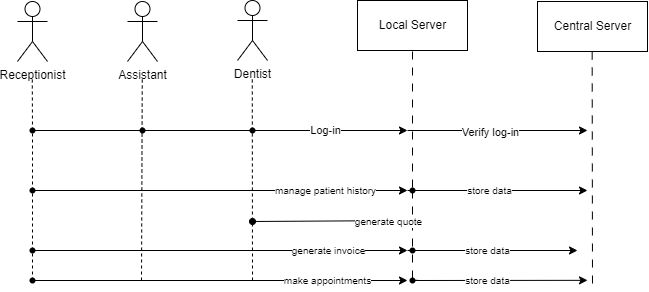
DanielColado/softwareEngineering keeps this draw.io diagram as doc/diagrams/useCase3/UC3_GeneralUseCase_SequenceDiagram.png. Above is the earlier version. Source tidied: cells renumbered, new cells last; positions are measured from the earlier drawing's top-left corner, leaving out a move shared by most shapes.
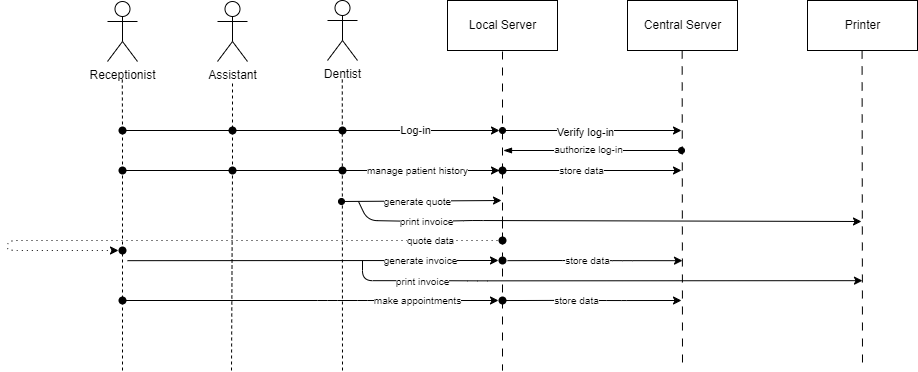
After the commit.

The edit, as a diff of the source:
```diff
@@ -5,34 +5,35 @@
     <mxCell id="2" value="Dentist" style="shape=umlActor;verticalLabelPosition=bottom;verticalAlign=top;html=1;" parent="1" vertex="1">
       <mxGeometry x="220" width="30" height="60" as="geometry" />
     </mxCell>
-    <mxCell id="3" style="edgeStyle=none;html=1;exitDx=0;exitDy=0;endArrow=none;endFill=0;dashed=1;dashPattern=8 8;startArrow=none;" parent="1" edge="1" source="42" target="37">
-      <mxGeometry relative="1" as="geometry" />
+    <mxCell id="3" style="edgeStyle=none;html=1;exitDx=0;exitDy=0;endArrow=none;endFill=0;dashed=1;dashPattern=8 8;startArrow=none;" parent="1" edge="1" source="62">
+      <mxGeometry relative="1" as="geometry">
+        <mxPoint x="395" y="370" as="targetPoint" />
+      </mxGeometry>
     </mxCell>
     <mxCell id="4" value="Central Server" style="html=1;" parent="1" vertex="1">
-      <mxGeometry x="520" y="1" width="110" height="50" as="geometry" />
+      <mxGeometry x="520" width="110" height="50" as="geometry" />
     </mxCell>
     <mxCell id="5" value="Local Server" style="html=1;" parent="1" vertex="1">
       <mxGeometry x="340" width="110" height="50" as="geometry" />
     </mxCell>
     <mxCell id="6" style="edgeStyle=none;html=1;exitX=0.5;exitY=1;exitDx=0;exitDy=0;endArrow=none;endFill=0;dashed=1;dashPattern=8 8;" parent="1" edge="1">
       <mxGeometry relative="1" as="geometry">
-        <mxPoint x="574.7" y="51" as="sourcePoint" />
-        <mxPoint x="575" y="290" as="targetPoint" />
+        <mxPoint x="574.7" y="50" as="sourcePoint" />
+        <mxPoint x="575" y="369" as="targetPoint" />
       </mxGeometry>
     </mxCell>
     <mxCell id="7" style="endArrow=none;dashed=1;html=1;startArrow=none;" parent="1" edge="1">
       <mxGeometry relative="1" as="geometry">
-        <mxPoint x="235" y="280" as="sourcePoint" />
+        <mxPoint x="235" y="370" as="sourcePoint" />
         <mxPoint x="234.8" y="78" as="targetPoint" />
       </mxGeometry>
     </mxCell>
     <mxCell id="8" value="Assistant" style="shape=umlActor;verticalLabelPosition=bottom;verticalAlign=top;html=1;" parent="1" vertex="1">
       <mxGeometry x="110" y="1" width="30" height="60" as="geometry" />
     </mxCell>
-    <mxCell id="9" style="endArrow=none;dashed=1;html=1;" parent="1" edge="1">
+    <mxCell id="9" style="endArrow=none;dashed=1;html=1;startArrow=none;" parent="1" edge="1" source="52">
       <mxGeometry relative="1" as="geometry">
-        <mxPoint x="124" y="280" as="sourcePoint" />
-        <mxPoint x="124.8" y="77" as="targetPoint" />
+        <mxPoint x="125" y="80" as="targetPoint" />
       </mxGeometry>
     </mxCell>
     <mxCell id="10" value="Receptionist" style="shape=umlActor;verticalLabelPosition=bottom;verticalAlign=top;html=1;" parent="1" vertex="1">
@@ -45,13 +46,13 @@
     </mxCell>
     <mxCell id="12" style="endArrow=classic;html=1;startArrow=none;" parent="1" edge="1" source="22">
       <mxGeometry relative="1" as="geometry">
-        <mxPoint x="390" y="130" as="targetPoint" />
+        <mxPoint x="392" y="130" as="targetPoint" />
       </mxGeometry>
     </mxCell>
-    <mxCell id="13" style="endArrow=classic;html=1;" parent="1" edge="1">
+    <mxCell id="13" style="endArrow=classic;html=1;startArrow=oval;startFill=1;" parent="1" edge="1">
       <mxGeometry relative="1" as="geometry">
-        <mxPoint x="390" y="130" as="sourcePoint" />
-        <mxPoint x="570" y="130" as="targetPoint" />
+        <mxPoint x="395" y="130" as="sourcePoint" />
+        <mxPoint x="574" y="130" as="targetPoint" />
       </mxGeometry>
     </mxCell>
     <mxCell id="14" value="Verify log-in" style="edgeLabel;html=1;align=center;verticalAlign=middle;" parent="13" vertex="1">
@@ -59,20 +60,18 @@
         <mxPoint x="21" as="offset" />
       </mxGeometry>
     </mxCell>
-    <mxCell id="15" style="endArrow=classic;html=1;" parent="1" edge="1" source="24">
+    <mxCell id="15" style="endArrow=classic;html=1;startArrow=none;" parent="1" edge="1" source="54">
       <mxGeometry relative="1" as="geometry">
-        <mxPoint x="390" y="190" as="targetPoint" />
+        <mxPoint x="392" y="170" as="targetPoint" />
+        <Array as="points">
+          <mxPoint x="195" y="170" />
+        </Array>
       </mxGeometry>
     </mxCell>
-    <mxCell id="16" value="&lt;font style=&quot;font-size: 10px;&quot;&gt;manage patient history&lt;/font&gt;" style="edgeLabel;html=1;align=center;verticalAlign=middle;" parent="15" vertex="1">
-      <mxGeometry x="-0.23" relative="1" as="geometry">
-        <mxPoint x="148" as="offset" />
-      </mxGeometry>
-    </mxCell>
     <mxCell id="17" style="endArrow=classic;html=1;" parent="1" edge="1">
       <mxGeometry relative="1" as="geometry">
-        <mxPoint x="390" y="190" as="sourcePoint" />
-        <mxPoint x="570" y="190" as="targetPoint" />
+        <mxPoint x="390" y="170" as="sourcePoint" />
+        <mxPoint x="574" y="170" as="targetPoint" />
       </mxGeometry>
     </mxCell>
     <mxCell id="18" value="&lt;font style=&quot;font-size: 10px;&quot;&gt;store data&lt;/font&gt;" style="edgeLabel;html=1;align=center;verticalAlign=middle;" parent="17" vertex="1">
@@ -95,19 +94,16 @@
         <mxPoint x="15" y="130" as="sourcePoint" />
       </mxGeometry>
     </mxCell>
-    <mxCell id="22" style="shape=waypoint;sketch=0;size=6;points=[];fillColor=none;perimeter=centerPerimeter;snapToPoint=1;fontSize=10;" parent="1" vertex="1">
+    <mxCell id="22" style="shape=waypoint;sketch=0;size=6;points=[];fillColor=none;perimeter=centerPerimeter;snapToPoint=1;fontSize=10;strokeWidth=2;" parent="1" vertex="1">
       <mxGeometry x="115" y="120" width="20" height="20" as="geometry" />
     </mxCell>
-    <mxCell id="23" style="shape=waypoint;sketch=0;size=6;fillColor=none;perimeter=centerPerimeter;fontSize=10;" parent="1" vertex="1">
+    <mxCell id="23" style="shape=waypoint;sketch=0;size=6;fillColor=none;perimeter=centerPerimeter;fontSize=10;strokeWidth=2;" parent="1" vertex="1">
       <mxGeometry x="225" y="120" width="20" height="20" as="geometry" />
     </mxCell>
-    <mxCell id="24" style="shape=waypoint;sketch=0;size=6;points=[];fillColor=none;perimeter=centerPerimeter;snapToPoint=1;fontSize=10;" parent="1" vertex="1">
-      <mxGeometry x="5" y="180" width="20" height="20" as="geometry" />
-    </mxCell>
     <mxCell id="25" style="endArrow=classic;html=1;startArrow=none;" parent="1" edge="1">
       <mxGeometry relative="1" as="geometry">
-        <mxPoint x="15" y="250" as="sourcePoint" />
-        <mxPoint x="390" y="250" as="targetPoint" />
+        <mxPoint x="20" y="260.2" as="sourcePoint" />
+        <mxPoint x="391" y="260" as="targetPoint" />
       </mxGeometry>
     </mxCell>
     <mxCell id="26" value="generate invoice" style="edgeLabel;html=1;align=center;verticalAlign=middle;fontSize=10;" parent="25" vertex="1">
@@ -115,14 +111,28 @@
         <mxPoint x="21" as="offset" />
       </mxGeometry>
     </mxCell>
-    <mxCell id="27" style="endArrow=classic;html=1;startArrow=none;" parent="1" edge="1" source="40">
+    <mxCell id="27" style="endArrow=classic;html=1;startArrow=none;" parent="1" edge="1">
       <mxGeometry relative="1" as="geometry">
-        <mxPoint x="560" y="250" as="targetPoint" />
+        <mxPoint x="400" y="260.2" as="sourcePoint" />
+        <mxPoint x="575" y="260.2" as="targetPoint" />
+        <Array as="points">
+          <mxPoint x="465" y="260" />
+          <mxPoint x="515" y="260.2" />
+        </Array>
       </mxGeometry>
     </mxCell>
+    <mxCell id="47" value="store data" style="edgeLabel;html=1;align=center;verticalAlign=middle;fontSize=10;" parent="27" vertex="1">
+      <mxGeometry x="-0.39" y="-1" relative="1" as="geometry">
+        <mxPoint x="27" y="-1" as="offset" />
+      </mxGeometry>
+    </mxCell>
     <mxCell id="28" style="endArrow=classic;html=1;" parent="1" edge="1" source="31">
       <mxGeometry relative="1" as="geometry">
-        <mxPoint x="390" y="280" as="targetPoint" />
+        <mxPoint x="391" y="300" as="targetPoint" />
+        <Array as="points">
+          <mxPoint x="220" y="300" />
+          <mxPoint x="260" y="300" />
+        </Array>
       </mxGeometry>
     </mxCell>
     <mxCell id="29" value="make appointments" style="edgeLabel;html=1;align=center;verticalAlign=middle;fontSize=10;" parent="28" vertex="1">
@@ -134,69 +144,197 @@
       <mxGeometry relative="1" as="geometry" />
     </mxCell>
     <mxCell id="31" style="shape=waypoint;sketch=0;size=6;points=[];fillColor=none;perimeter=centerPerimeter;snapToPoint=1;fontSize=10;" parent="1" vertex="1">
-      <mxGeometry x="5" y="270" width="20" height="20" as="geometry" />
+      <mxGeometry x="5" y="290" width="20" height="20" as="geometry" />
     </mxCell>
-    <mxCell id="32" style="endArrow=none;dashed=1;html=1;startArrow=none;" parent="1" edge="1" source="31" target="33">
-      <mxGeometry relative="1" as="geometry" />
+    <mxCell id="32" style="endArrow=none;dashed=1;html=1;startArrow=none;" parent="1" edge="1" target="33">
+      <mxGeometry relative="1" as="geometry">
+        <mxPoint x="15" y="370" as="sourcePoint" />
+      </mxGeometry>
     </mxCell>
     <mxCell id="33" style="shape=waypoint;sketch=0;size=6;points=[];fillColor=none;perimeter=centerPerimeter;snapToPoint=1;fontSize=10;" parent="1" vertex="1">
       <mxGeometry x="5" y="240" width="20" height="20" as="geometry" />
     </mxCell>
-    <mxCell id="34" style="endArrow=classic;html=1;startArrow=none;" parent="1" edge="1" source="37">
-      <mxGeometry relative="1" as="geometry">
-        <mxPoint x="570" y="279.8" as="targetPoint" />
-      </mxGeometry>
-    </mxCell>
-    <mxCell id="35" style="endArrow=none;html=1;" parent="1" edge="1" target="37">
-      <mxGeometry relative="1" as="geometry">
-        <mxPoint x="400" y="279.8" as="sourcePoint" />
-      </mxGeometry>
-    </mxCell>
-    <mxCell id="36" value="&lt;font style=&quot;font-size: 10px;&quot;&gt;store data&lt;/font&gt;" style="edgeLabel;html=1;align=center;verticalAlign=middle;" parent="35" vertex="1">
-      <mxGeometry x="-0.23" relative="1" as="geometry">
-        <mxPoint x="72" as="offset" />
-      </mxGeometry>
-    </mxCell>
-    <mxCell id="37" style="shape=waypoint;sketch=0;size=6;points=[];fillColor=none;perimeter=centerPerimeter;snapToPoint=1;fontSize=10;" parent="1" vertex="1">
-      <mxGeometry x="385" y="270" width="20" height="20" as="geometry" />
-    </mxCell>
-    <mxCell id="38" style="endArrow=none;html=1;" parent="1" edge="1" target="40">
-      <mxGeometry relative="1" as="geometry">
-        <mxPoint x="390" y="250" as="sourcePoint" />
-      </mxGeometry>
-    </mxCell>
-    <mxCell id="39" value="&lt;font style=&quot;font-size: 10px;&quot;&gt;store data&lt;/font&gt;" style="edgeLabel;html=1;align=center;verticalAlign=middle;" parent="38" vertex="1">
-      <mxGeometry x="-0.23" relative="1" as="geometry">
-        <mxPoint x="78" as="offset" />
-      </mxGeometry>
-    </mxCell>
-    <mxCell id="40" style="shape=waypoint;sketch=0;size=6;points=[];fillColor=none;perimeter=centerPerimeter;snapToPoint=1;fontSize=10;" parent="1" vertex="1">
-      <mxGeometry x="385" y="240" width="20" height="20" as="geometry" />
+    <mxCell id="40" style="shape=waypoint;sketch=0;size=6;points=[];fillColor=none;perimeter=centerPerimeter;snapToPoint=1;fontSize=10;strokeWidth=2;" parent="1" vertex="1">
+      <mxGeometry x="385" y="250" width="20" height="20" as="geometry" />
     </mxCell>
     <mxCell id="41" style="edgeStyle=none;html=1;exitX=0.5;exitY=1;exitDx=0;exitDy=0;endArrow=none;endFill=0;dashed=1;dashPattern=8 8;" parent="1" edge="1" target="42">
       <mxGeometry relative="1" as="geometry">
         <mxPoint x="395" y="51" as="sourcePoint" />
       </mxGeometry>
     </mxCell>
-    <mxCell id="42" style="shape=waypoint;sketch=0;size=6;points=[];fillColor=none;perimeter=centerPerimeter;snapToPoint=1;fontSize=10;" parent="1" vertex="1">
-      <mxGeometry x="385" y="180" width="20" height="20" as="geometry" />
+    <mxCell id="42" style="shape=waypoint;sketch=0;size=6;points=[];fillColor=none;perimeter=centerPerimeter;snapToPoint=1;fontSize=10;strokeWidth=2;" parent="1" vertex="1">
+      <mxGeometry x="385" y="160" width="20" height="20" as="geometry" />
     </mxCell>
     <mxCell id="43" style="edgeStyle=none;orthogonalLoop=1;jettySize=auto;html=1;fontSize=10;startArrow=oval;startFill=1;" parent="1" edge="1">
       <mxGeometry relative="1" as="geometry">
-        <mxPoint x="235" y="221" as="sourcePoint" />
-        <mxPoint x="395" y="220" as="targetPoint" />
+        <mxPoint x="234" y="201" as="sourcePoint" />
+        <mxPoint x="394" y="200" as="targetPoint" />
       </mxGeometry>
     </mxCell>
     <mxCell id="44" value="generate quote" style="edgeLabel;html=1;align=center;verticalAlign=middle;fontSize=10;" parent="43" vertex="1">
       <mxGeometry x="0.44" y="1" relative="1" as="geometry">
-        <mxPoint x="21" y="1" as="offset" />
+        <mxPoint x="-40" y="1" as="offset" />
       </mxGeometry>
     </mxCell>
-    <mxCell id="45" style="endArrow=none;dashed=1;html=1;startArrow=none;" parent="1" edge="1" source="33" target="46">
+    <mxCell id="45" style="endArrow=none;dashed=1;html=1;startArrow=none;" parent="1" edge="1" source="50" target="46">
       <mxGeometry relative="1" as="geometry" />
     </mxCell>
     <mxCell id="46" style="shape=waypoint;sketch=0;size=6;points=[];fillColor=none;perimeter=centerPerimeter;snapToPoint=1;fontSize=10;" parent="1" vertex="1">
       <mxGeometry x="5" y="120" width="20" height="20" as="geometry" />
     </mxCell>
+    <mxCell id="48" style="edgeStyle=none;html=1;exitDx=0;exitDy=0;endArrow=none;endFill=0;dashed=1;dashPattern=8 8;startArrow=none;" parent="1" edge="1" source="75">
+      <mxGeometry relative="1" as="geometry">
+        <mxPoint x="395" y="220" as="targetPoint" />
+        <Array as="points">
+          <mxPoint x="395" y="210" />
+        </Array>
+      </mxGeometry>
+    </mxCell>
+    <mxCell id="49" style="endArrow=none;dashed=1;html=1;startArrow=none;" parent="1" edge="1" source="33" target="50">
+      <mxGeometry relative="1" as="geometry" />
+    </mxCell>
+    <mxCell id="50" style="shape=waypoint;sketch=0;size=6;points=[];fillColor=none;perimeter=centerPerimeter;snapToPoint=1;fontSize=10;" parent="1" vertex="1">
+      <mxGeometry x="5" y="160" width="20" height="20" as="geometry" />
+    </mxCell>
+    <mxCell id="51" style="endArrow=none;dashed=1;html=1;" parent="1" edge="1" target="52">
+      <mxGeometry relative="1" as="geometry">
+        <mxPoint x="124" y="370" as="sourcePoint" />
+      </mxGeometry>
+    </mxCell>
+    <mxCell id="52" style="shape=waypoint;sketch=0;size=6;points=[];fillColor=none;perimeter=centerPerimeter;snapToPoint=1;fontSize=10;strokeWidth=2;" parent="1" vertex="1">
+      <mxGeometry x="115" y="160" width="20" height="20" as="geometry" />
+    </mxCell>
+    <mxCell id="53" style="endArrow=none;html=1;" parent="1" edge="1" target="54">
+      <mxGeometry relative="1" as="geometry">
+        <mxPoint x="14" y="170" as="sourcePoint" />
+      </mxGeometry>
+    </mxCell>
+    <mxCell id="16" value="&lt;font style=&quot;font-size: 10px;&quot;&gt;manage patient history&lt;/font&gt;" style="edgeLabel;html=1;align=center;verticalAlign=middle;" parent="53" vertex="1">
+      <mxGeometry x="-0.23" relative="1" as="geometry">
+        <mxPoint x="211" as="offset" />
+      </mxGeometry>
+    </mxCell>
+    <mxCell id="54" style="shape=waypoint;sketch=0;size=6;points=[];fillColor=none;perimeter=centerPerimeter;snapToPoint=1;fontSize=10;strokeWidth=2;" parent="1" vertex="1">
+      <mxGeometry x="225" y="160" width="20" height="20" as="geometry" />
+    </mxCell>
+    <mxCell id="55" style="edgeStyle=none;orthogonalLoop=1;jettySize=auto;html=1;fontSize=10;startArrow=blockThin;startFill=1;endArrow=oval;endFill=1;sourcePerimeterSpacing=2;" parent="1" edge="1">
+      <mxGeometry relative="1" as="geometry">
+        <mxPoint x="396" y="150" as="sourcePoint" />
+        <mxPoint x="574" y="150" as="targetPoint" />
+      </mxGeometry>
+    </mxCell>
+    <mxCell id="56" value="authorize log-in" style="edgeLabel;html=1;align=center;verticalAlign=middle;fontSize=10;" parent="55" vertex="1">
+      <mxGeometry x="-0.26" y="1" relative="1" as="geometry">
+        <mxPoint x="18" as="offset" />
+      </mxGeometry>
+    </mxCell>
+    <mxCell id="57" value="Printer" style="html=1;" parent="1" vertex="1">
+      <mxGeometry x="700" width="110" height="50" as="geometry" />
+    </mxCell>
+    <mxCell id="58" style="edgeStyle=none;html=1;exitX=0.5;exitY=1;exitDx=0;exitDy=0;endArrow=none;endFill=0;dashed=1;dashPattern=8 8;" parent="1" edge="1">
+      <mxGeometry relative="1" as="geometry">
+        <mxPoint x="754.6" y="50" as="sourcePoint" />
+        <mxPoint x="755" y="370" as="targetPoint" />
+      </mxGeometry>
+    </mxCell>
+    <mxCell id="59" style="endArrow=classic;html=1;startArrow=none;" parent="1" edge="1">
+      <mxGeometry relative="1" as="geometry">
+        <mxPoint x="394" y="300.1" as="sourcePoint" />
+        <mxPoint x="574" y="300" as="targetPoint" />
+        <Array as="points">
+          <mxPoint x="459" y="299.9" />
+          <mxPoint x="509" y="300.1" />
+        </Array>
+      </mxGeometry>
+    </mxCell>
+    <mxCell id="60" value="&lt;font style=&quot;font-size: 10px;&quot;&gt;store data&lt;/font&gt;" style="edgeLabel;html=1;align=center;verticalAlign=middle;" parent="1" vertex="1">
+      <mxGeometry x="468.9" y="300.1" as="geometry" />
+    </mxCell>
+    <mxCell id="61" style="edgeStyle=none;html=1;exitDx=0;exitDy=0;endArrow=none;endFill=0;dashed=1;dashPattern=8 8;startArrow=none;" parent="1" edge="1" target="62">
+      <mxGeometry relative="1" as="geometry">
+        <mxPoint x="395" y="220" as="sourcePoint" />
+        <Array as="points">
+          <mxPoint x="395" y="250" />
+        </Array>
+      </mxGeometry>
+    </mxCell>
+    <mxCell id="62" style="shape=waypoint;sketch=0;size=6;points=[];fillColor=none;perimeter=centerPerimeter;snapToPoint=1;fontSize=10;strokeWidth=2;" parent="1" vertex="1">
+      <mxGeometry x="385" y="290" width="20" height="20" as="geometry" />
+    </mxCell>
+    <mxCell id="63" style="endArrow=classic;html=1;startArrow=none;" parent="1" edge="1">
+      <mxGeometry relative="1" as="geometry">
+        <mxPoint x="255" y="260.2" as="sourcePoint" />
+        <mxPoint x="755" y="280.2" as="targetPoint" />
+        <Array as="points">
+          <mxPoint x="255" y="280.2" />
+          <mxPoint x="320" y="280.2" />
+          <mxPoint x="370" y="280.3" />
+        </Array>
+      </mxGeometry>
+    </mxCell>
+    <mxCell id="64" value="print invoice" style="edgeLabel;html=1;align=center;verticalAlign=middle;fontSize=10;" parent="63" vertex="1">
+      <mxGeometry x="-0.82" relative="1" as="geometry">
+        <mxPoint x="33" as="offset" />
+      </mxGeometry>
+    </mxCell>
+    <mxCell id="65" style="shape=waypoint;sketch=0;size=6;fillColor=none;perimeter=centerPerimeter;fontSize=10;" parent="1" vertex="1">
+      <mxGeometry x="5" y="290" width="20" height="20" as="geometry" />
+    </mxCell>
+    <mxCell id="66" style="shape=waypoint;sketch=0;size=6;fillColor=none;perimeter=centerPerimeter;fontSize=10;" parent="1" vertex="1">
+      <mxGeometry x="5" y="240" width="20" height="20" as="geometry" />
+    </mxCell>
+    <mxCell id="67" style="shape=waypoint;sketch=0;size=6;fillColor=none;perimeter=centerPerimeter;fontSize=10;" parent="1" vertex="1">
+      <mxGeometry x="5" y="160" width="20" height="20" as="geometry" />
+    </mxCell>
+    <mxCell id="68" style="shape=waypoint;sketch=0;size=6;fillColor=none;perimeter=centerPerimeter;fontSize=10;strokeWidth=2;" parent="1" vertex="1">
+      <mxGeometry x="5" y="290" width="20" height="20" as="geometry" />
+    </mxCell>
+    <mxCell id="69" style="shape=waypoint;sketch=0;size=6;fillColor=none;perimeter=centerPerimeter;fontSize=10;strokeWidth=2;" parent="1" vertex="1">
+      <mxGeometry x="5" y="240" width="20" height="20" as="geometry" />
+    </mxCell>
+    <mxCell id="70" style="shape=waypoint;sketch=0;size=6;fillColor=none;perimeter=centerPerimeter;fontSize=10;strokeWidth=2;" parent="1" vertex="1">
+      <mxGeometry x="5" y="160" width="20" height="20" as="geometry" />
+    </mxCell>
+    <mxCell id="71" style="shape=waypoint;sketch=0;size=6;fillColor=none;perimeter=centerPerimeter;fontSize=10;strokeWidth=2;" parent="1" vertex="1">
+      <mxGeometry x="5" y="120" width="20" height="20" as="geometry" />
+    </mxCell>
+    <mxCell id="72" style="edgeStyle=none;jettySize=auto;html=1;fontSize=10;startArrow=none;startFill=0;dashed=1;dashPattern=1 4;" parent="1" edge="1" source="75">
+      <mxGeometry relative="1" as="geometry">
+        <mxPoint x="11" y="250" as="targetPoint" />
+        <Array as="points">
+          <mxPoint x="380" y="240" />
+          <mxPoint x="60" y="240" />
+          <mxPoint x="-100" y="240" />
+          <mxPoint x="-100" y="250" />
+        </Array>
+      </mxGeometry>
+    </mxCell>
+    <mxCell id="73" value="quote data" style="edgeLabel;html=1;align=center;verticalAlign=middle;fontSize=10;" parent="72" vertex="1">
+      <mxGeometry x="0.44" y="1" relative="1" as="geometry">
+        <mxPoint x="371" y="-1" as="offset" />
+      </mxGeometry>
+    </mxCell>
+    <mxCell id="74" style="edgeStyle=none;html=1;exitDx=0;exitDy=0;endArrow=none;endFill=0;dashed=1;dashPattern=8 8;startArrow=none;" parent="1" edge="1" source="42" target="75">
+      <mxGeometry relative="1" as="geometry" />
+    </mxCell>
+    <mxCell id="75" style="shape=waypoint;sketch=0;size=6;points=[];fillColor=none;perimeter=centerPerimeter;snapToPoint=1;fontSize=10;strokeWidth=2;" parent="1" vertex="1">
+      <mxGeometry x="385" y="230" width="20" height="20" as="geometry" />
+    </mxCell>
+    <mxCell id="76" style="endArrow=classic;html=1;startArrow=none;" parent="1" edge="1">
+      <mxGeometry relative="1" as="geometry">
+        <mxPoint x="251" y="201" as="sourcePoint" />
+        <mxPoint x="754" y="221" as="targetPoint" />
+        <Array as="points">
+          <mxPoint x="260" y="220" />
+          <mxPoint x="316" y="221" />
+          <mxPoint x="366" y="220" />
+        </Array>
+      </mxGeometry>
+    </mxCell>
+    <mxCell id="77" value="print invoice" style="edgeLabel;html=1;align=center;verticalAlign=middle;fontSize=10;" parent="76" vertex="1">
+      <mxGeometry x="-0.82" relative="1" as="geometry">
+        <mxPoint x="33" as="offset" />
+      </mxGeometry>
+    </mxCell>
   </root>
 </mxGraphModel>
```
